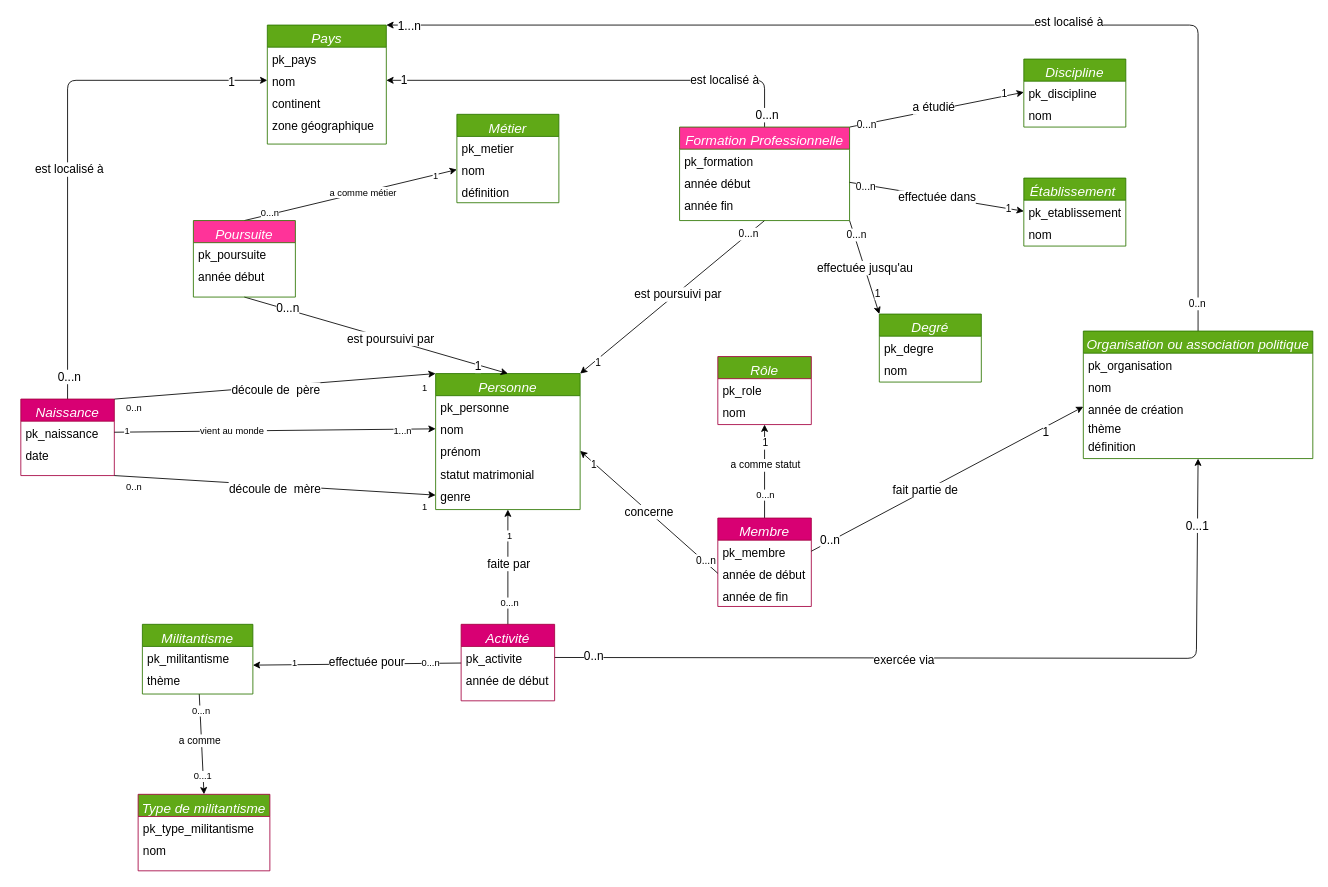
This is page "Page-1" (1 of 2) of MDC.drawio from AliaBrah/militants_droit_femmes, a draw.io file, before an edit. Source tidied: cells renumbered, new cells numbered last; positions are measured from the earlier drawing's top-left corner, leaving out a move shared by most shapes. Both pictures are drawn from the tidied source at 85%, with x=0, y=0 at pixel (20, 25).
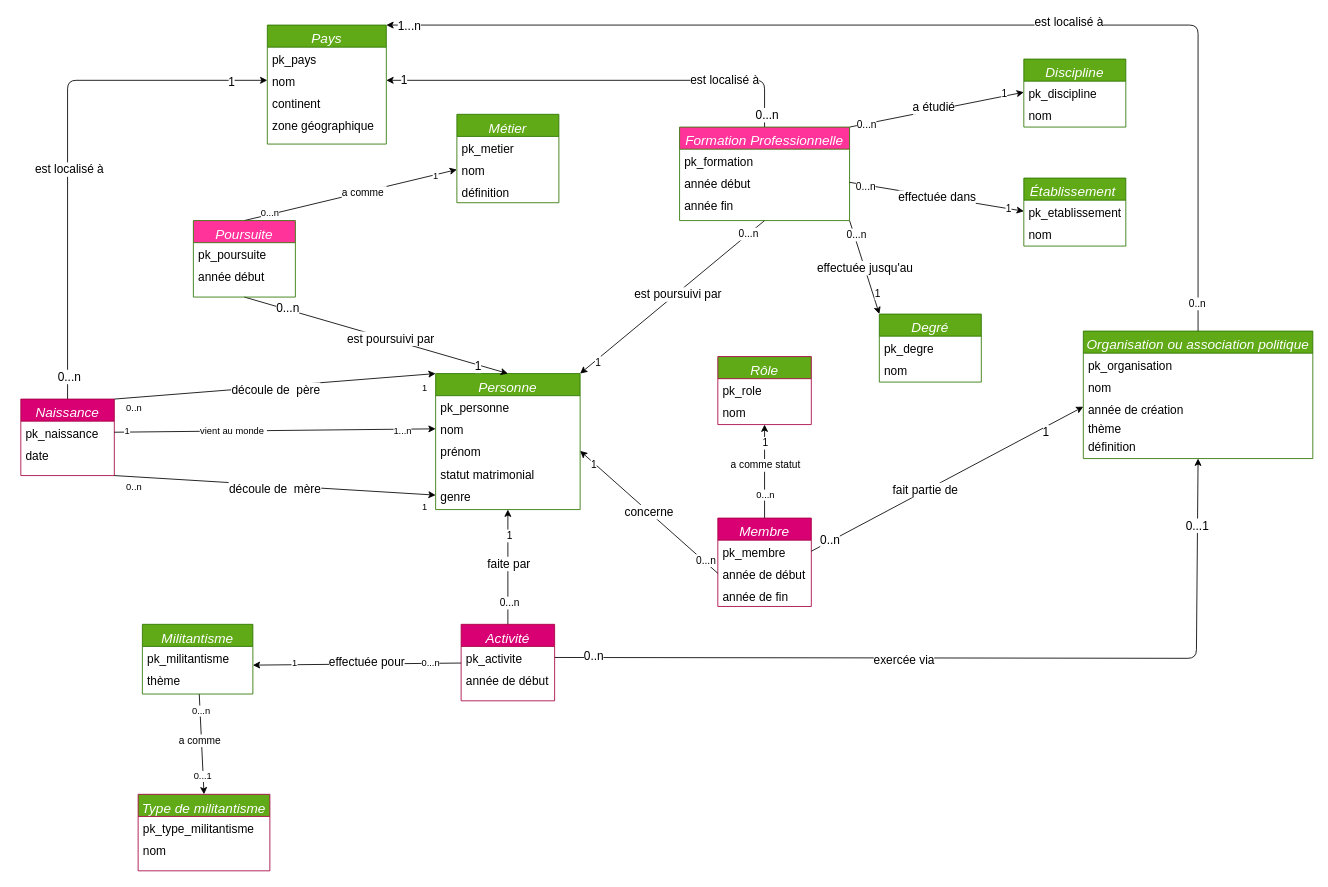
Above is the later version.

Commit message:
mdc examen

The change refers to these unchanged cells:
```xml
<mxCell id="90" style="edgeStyle=none;html=1;entryX=0.5;entryY=1;entryDx=0;entryDy=0;" parent="1" edge="1" source="98" target="2">
  <mxGeometry relative="1" as="geometry" />
</mxCell>
<mxCell id="127" style="edgeStyle=none;html=1;exitX=0.5;exitY=0;exitDx=0;exitDy=0;entryX=0;entryY=0.5;entryDx=0;entryDy=0;" parent="1" edge="1" source="131" target="66">
  <mxGeometry relative="1" as="geometry" />
</mxCell>
```

Change to the diagram source:
```diff
@@
-    <mxCell id="91" value="0...n" style="edgeLabel;html=1;align=center;verticalAlign=middle;" parent="90" vertex="1">
+    <mxCell id="91" value="&lt;font style=&quot;font-size: 12px;&quot;&gt;0...n&lt;/font&gt;" style="edgeLabel;html=1;align=center;verticalAlign=middle;" parent="90" vertex="1">
       <mxGeometry x="-0.61" y="-1" relative="1" as="geometry" />
     </mxCell>
-    <mxCell id="92" value="1" style="edgeLabel;html=1;align=center;verticalAlign=middle;" parent="90" vertex="1">
+    <mxCell id="92" value="&lt;font style=&quot;font-size: 12px;&quot;&gt;1&lt;/font&gt;" style="edgeLabel;html=1;align=center;verticalAlign=middle;" parent="90" vertex="1">
       <mxGeometry x="0.55" y="-1" relative="1" as="geometry" />
     </mxCell>
@@
-    <mxCell id="128" value="a comme métier&amp;nbsp;" style="edgeLabel;html=1;align=center;verticalAlign=middle;" parent="127" vertex="1">
+    <mxCell id="128" value="&lt;font style=&quot;font-size: 12px;&quot;&gt;a comme&amp;nbsp;&lt;/font&gt;" style="edgeLabel;html=1;align=center;verticalAlign=middle;" parent="127" vertex="1">
       <mxGeometry x="0.13" relative="1" as="geometry" />
     </mxCell>
```
